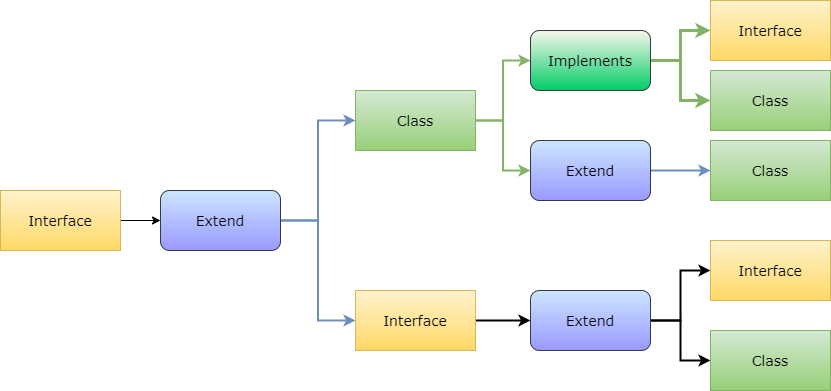
Earlier version of the draw.io export Assets/Interface-InterfaceCharacteristic.png (gungunfebrianza/Belajar-Dengan-Jenius-DenoTheWKWKLand). Source tidied: cells renumbered, new cells last; positions are measured from the earlier drawing's top-left corner, leaving out a move shared by most shapes.
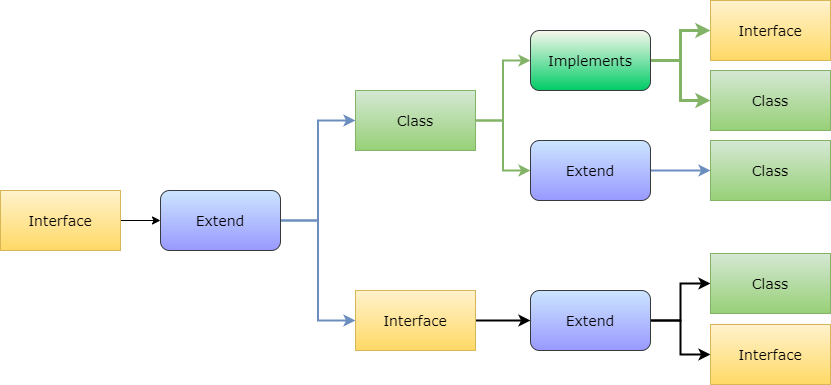
The same file after the commit.

Commit message:
Fix Asset Interface

Change to the diagram source:
```diff
@@ -53,23 +53,23 @@
     <mxCell id="18" style="edgeStyle=orthogonalEdgeStyle;rounded=0;jettySize=auto;html=1;exitX=1;exitY=0.5;exitDx=0;exitDy=0;strokeWidth=2;fontFamily=Verdana;fontSize=14;" parent="1" edge="1" source="20" target="21">
       <mxGeometry relative="1" as="geometry" />
     </mxCell>
-    <mxCell id="19" style="edgeStyle=orthogonalEdgeStyle;rounded=0;jettySize=auto;html=1;exitX=1;exitY=0.5;exitDx=0;exitDy=0;entryX=0;entryY=0.5;entryDx=0;entryDy=0;strokeWidth=2;fontFamily=Verdana;fontSize=14;" parent="1" edge="1" source="20" target="22">
+    <mxCell id="19" style="edgeStyle=orthogonalEdgeStyle;rounded=0;jettySize=auto;html=1;exitX=1;exitY=0.5;exitDx=0;exitDy=0;strokeWidth=2;fontFamily=Verdana;fontSize=14;" parent="1" edge="1" source="20" target="22">
       <mxGeometry relative="1" as="geometry" />
     </mxCell>
     <mxCell id="20" value="Extend" style="rounded=1;whiteSpace=wrap;html=1;fontFamily=Verdana;fontSize=14;fillColor=#cce5ff;strokeColor=#36393d;gradientColor=#9999FF;" parent="1" vertex="1">
       <mxGeometry x="530" y="290" width="120" height="60" as="geometry" />
     </mxCell>
     <mxCell id="21" value="Class" style="rounded=0;whiteSpace=wrap;html=1;fontFamily=Verdana;fontSize=14;fillColor=#d5e8d4;strokeColor=#82b366;gradientColor=#97d077;" parent="1" vertex="1">
-      <mxGeometry x="710" y="330" width="120" height="60" as="geometry" />
+      <mxGeometry x="710" y="253" width="120" height="60" as="geometry" />
     </mxCell>
-    <mxCell id="22" value="Interface" style="rounded=0;whiteSpace=wrap;html=1;fontFamily=Verdana;fontSize=14;fillColor=#fff2cc;strokeColor=#d6b656;gradientColor=#ffd966;" parent="1" vertex="1">
-      <mxGeometry x="710" y="240" width="120" height="60" as="geometry" />
-    </mxCell>
     <mxCell id="23" value="Interface" style="rounded=0;whiteSpace=wrap;html=1;fontFamily=Verdana;fontSize=14;fillColor=#fff2cc;strokeColor=#d6b656;gradientColor=#ffd966;" parent="1" vertex="1">
       <mxGeometry x="710" width="120" height="60" as="geometry" />
     </mxCell>
     <mxCell id="24" value="Class" style="rounded=0;whiteSpace=wrap;html=1;fontFamily=Verdana;fontSize=14;fillColor=#d5e8d4;strokeColor=#82b366;gradientColor=#97d077;" parent="1" vertex="1">
       <mxGeometry x="710" y="70" width="120" height="60" as="geometry" />
     </mxCell>
+    <mxCell id="22" value="Interface" style="rounded=0;whiteSpace=wrap;html=1;fontFamily=Verdana;fontSize=14;fillColor=#fff2cc;strokeColor=#d6b656;gradientColor=#ffd966;" parent="1" vertex="1">
+      <mxGeometry x="710" y="324" width="120" height="60" as="geometry" />
+    </mxCell>
   </root>
 </mxGraphModel>
```
